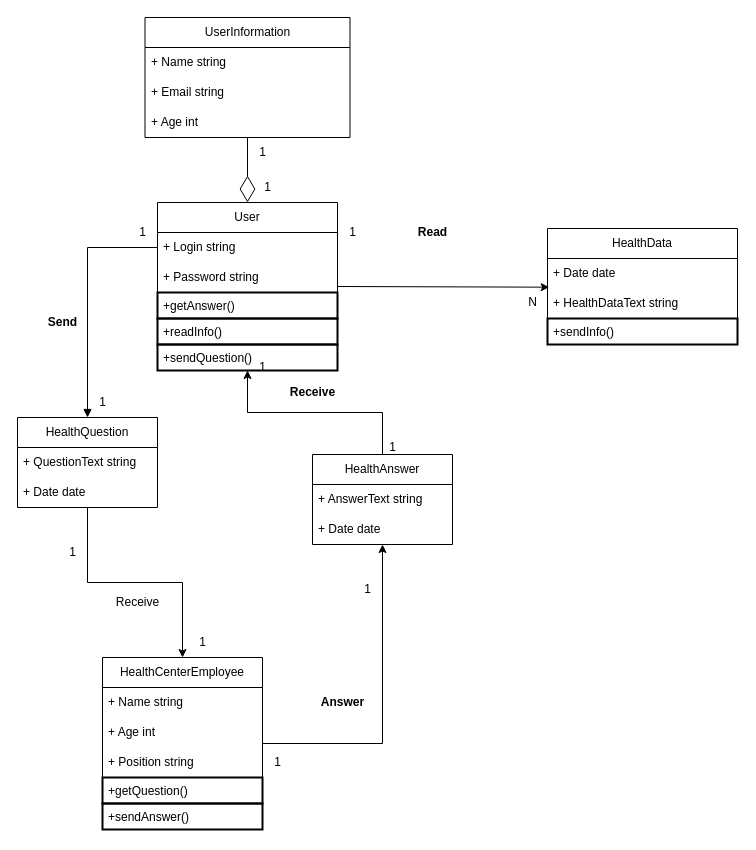
This is 2-SoftwareDesign/2.5-UMLProgramClasses/UMLProgramClasses.drawio from oleksandrblazhko/ai-215-lisishin, a draw.io file, before an edit. Source tidied: cells renumbered, new cells numbered last; positions are measured from the earlier drawing's top-left corner, leaving out a move shared by most shapes. Both pictures are drawn from the tidied source at 100%, with x=0, y=0 at pixel (17, 17).
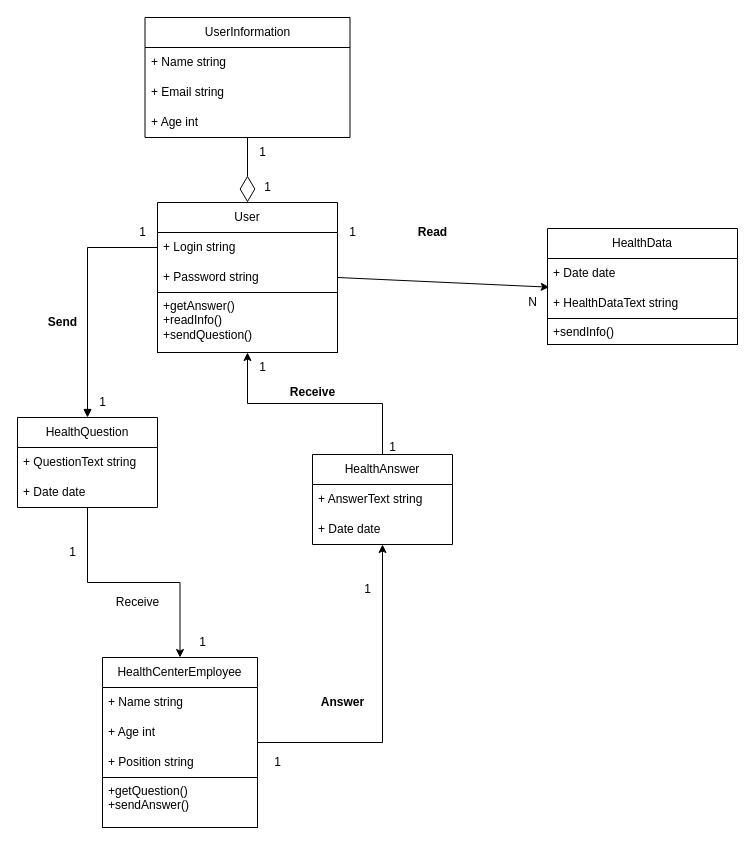
The same page after the edit.

The change refers to these unchanged cells:
```xml
<mxCell id="2" value="HealthData" style="swimlane;fontStyle=0;horizontal=1;startSize=30;whiteSpace=wrap;html=1;" parent="1" vertex="1">
  <mxGeometry x="530" y="211" width="190" height="116" as="geometry" />
</mxCell>
```

Diff of the diagram source:
```diff
@@
-    <mxCell id="5" value="+sendInfo()" style="text;strokeColor=default;fillColor=none;align=left;verticalAlign=top;spacingLeft=4;spacingRight=4;overflow=hidden;whiteSpace=wrap;html=1;strokeWidth=2;" parent="2" vertex="1">
+    <mxCell id="5" value="+sendInfo()" style="text;strokeColor=default;fillColor=none;align=left;verticalAlign=top;spacingLeft=4;spacingRight=4;overflow=hidden;whiteSpace=wrap;html=1;strokeWidth=1;" parent="2" vertex="1">
       <mxGeometry y="90" width="190" height="26" as="geometry" />
     </mxCell>
     <mxCell id="6" value="User" style="swimlane;fontStyle=0;horizontal=1;startSize=30;whiteSpace=wrap;html=1;" parent="1" vertex="1">
-      <mxGeometry x="140" y="185" width="180" height="168" as="geometry" />
+      <mxGeometry x="140" y="185" width="180" height="150" as="geometry" />
     </mxCell>
@@
-    <mxCell id="9" value="+getAnswer()" style="text;strokeColor=default;fillColor=none;align=left;verticalAlign=top;spacingLeft=4;spacingRight=4;overflow=hidden;whiteSpace=wrap;html=1;strokeWidth=2;" parent="6" vertex="1">
-      <mxGeometry y="90" width="180" height="26" as="geometry" />
+    <mxCell id="9" value="&lt;div&gt;+getAnswer()&lt;/div&gt;&lt;div&gt;+readInfo()&lt;/div&gt;&lt;div&gt;+sendQuestion()&lt;/div&gt;" style="text;strokeColor=default;fillColor=none;align=left;verticalAlign=top;spacingLeft=4;spacingRight=4;overflow=hidden;whiteSpace=wrap;html=1;strokeWidth=1;" parent="6" vertex="1">
+      <mxGeometry y="90" width="180" height="60" as="geometry" />
     </mxCell>
-    <mxCell id="10" value="+readInfo()" style="text;strokeColor=default;fillColor=none;align=left;verticalAlign=top;spacingLeft=4;spacingRight=4;overflow=hidden;whiteSpace=wrap;html=1;strokeWidth=2;" parent="6" vertex="1">
-      <mxGeometry y="116" width="180" height="26" as="geometry" />
-    </mxCell>
-    <mxCell id="11" value="+sendQuestion()" style="text;strokeColor=default;fillColor=none;align=left;verticalAlign=top;spacingLeft=4;spacingRight=4;overflow=hidden;whiteSpace=wrap;html=1;strokeWidth=2;" parent="6" vertex="1">
-      <mxGeometry y="142" width="180" height="26" as="geometry" />
-    </mxCell>
@@
     <mxCell id="17" value="HealthCenterEmployee" style="swimlane;fontStyle=0;horizontal=1;startSize=30;whiteSpace=wrap;html=1;" parent="1" vertex="1">
-      <mxGeometry x="85" y="640" width="160" height="172" as="geometry" />
+      <mxGeometry x="85" y="640" width="155" height="170" as="geometry" />
     </mxCell>
     <mxCell id="18" value="+ Name string" style="text;strokeColor=none;fillColor=none;align=left;verticalAlign=middle;spacingLeft=4;spacingRight=4;overflow=hidden;whiteSpace=wrap;html=1;" parent="17" vertex="1">
-      <mxGeometry y="30" width="160" height="30" as="geometry" />
+      <mxGeometry y="30" width="155" height="30" as="geometry" />
     </mxCell>
     <mxCell id="19" value="+ Age int" style="text;strokeColor=none;fillColor=none;align=left;verticalAlign=middle;spacingLeft=4;spacingRight=4;overflow=hidden;whiteSpace=wrap;html=1;" parent="17" vertex="1">
-      <mxGeometry y="60" width="160" height="30" as="geometry" />
+      <mxGeometry y="60" width="155" height="30" as="geometry" />
     </mxCell>
     <mxCell id="20" value="+ Position string" style="text;strokeColor=none;fillColor=none;align=left;verticalAlign=middle;spacingLeft=4;spacingRight=4;overflow=hidden;whiteSpace=wrap;html=1;" parent="17" vertex="1">
-      <mxGeometry y="90" width="160" height="30" as="geometry" />
+      <mxGeometry y="90" width="155" height="30" as="geometry" />
     </mxCell>
-    <mxCell id="21" value="+getQuestion()" style="text;strokeColor=default;fillColor=none;align=left;verticalAlign=top;spacingLeft=4;spacingRight=4;overflow=hidden;whiteSpace=wrap;html=1;strokeWidth=2;" parent="17" vertex="1">
-      <mxGeometry y="120" width="160" height="26" as="geometry" />
+    <mxCell id="21" value="&lt;div&gt;+getQuestion()&lt;/div&gt;&lt;div&gt;+sendAnswer()&lt;/div&gt;" style="text;strokeColor=default;fillColor=none;align=left;verticalAlign=top;spacingLeft=4;spacingRight=4;overflow=hidden;whiteSpace=wrap;html=1;strokeWidth=1;" parent="17" vertex="1">
+      <mxGeometry y="120" width="155" height="50" as="geometry" />
     </mxCell>
-    <mxCell id="22" value="+sendAnswer()" style="text;strokeColor=default;fillColor=none;align=left;verticalAlign=top;spacingLeft=4;spacingRight=4;overflow=hidden;whiteSpace=wrap;html=1;strokeWidth=2;" parent="17" vertex="1">
-      <mxGeometry y="146" width="160" height="26" as="geometry" />
-    </mxCell>
```
